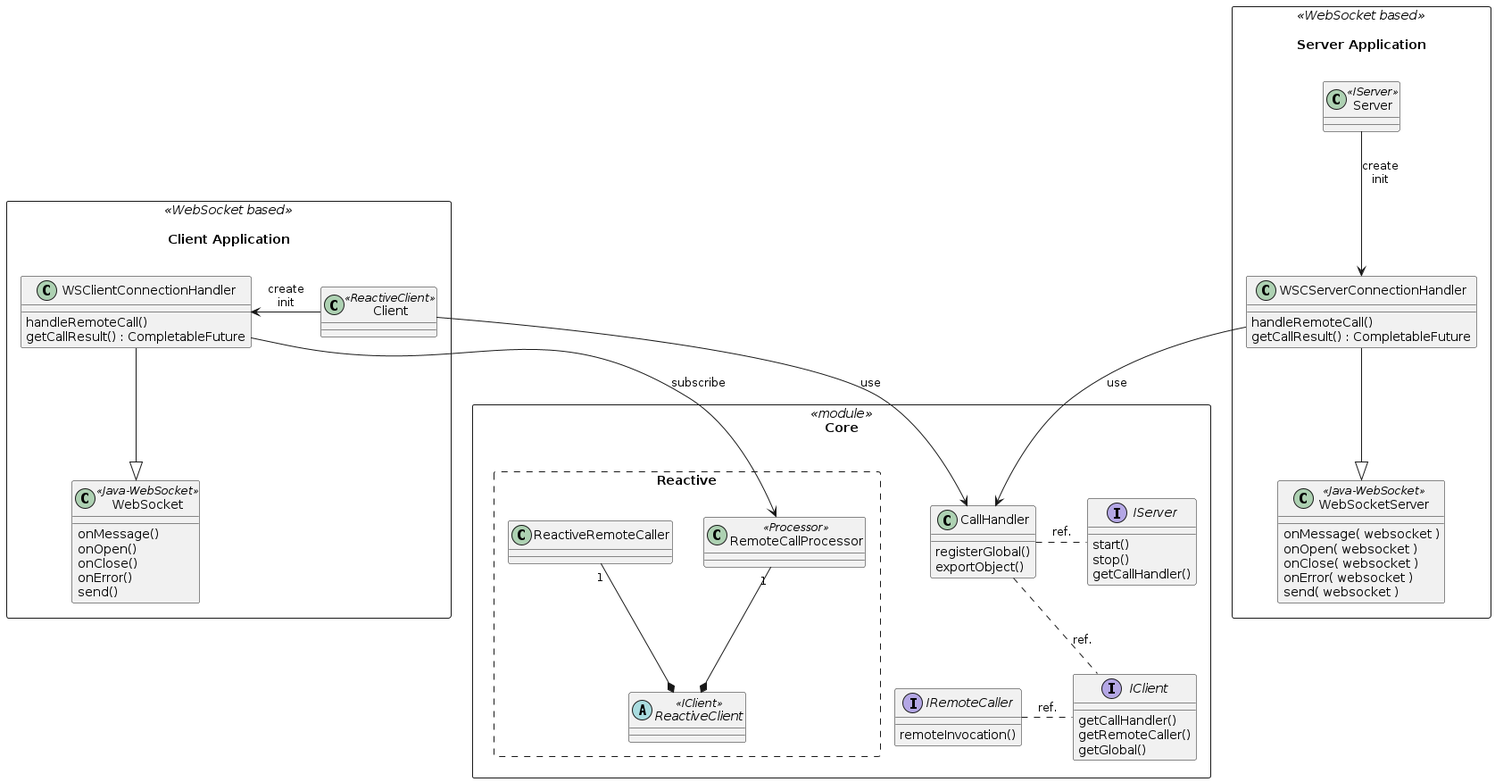
Earlier version of the PlantUML export assets/draft/hla-websocket.png (bsorrentino/bsorrentino).
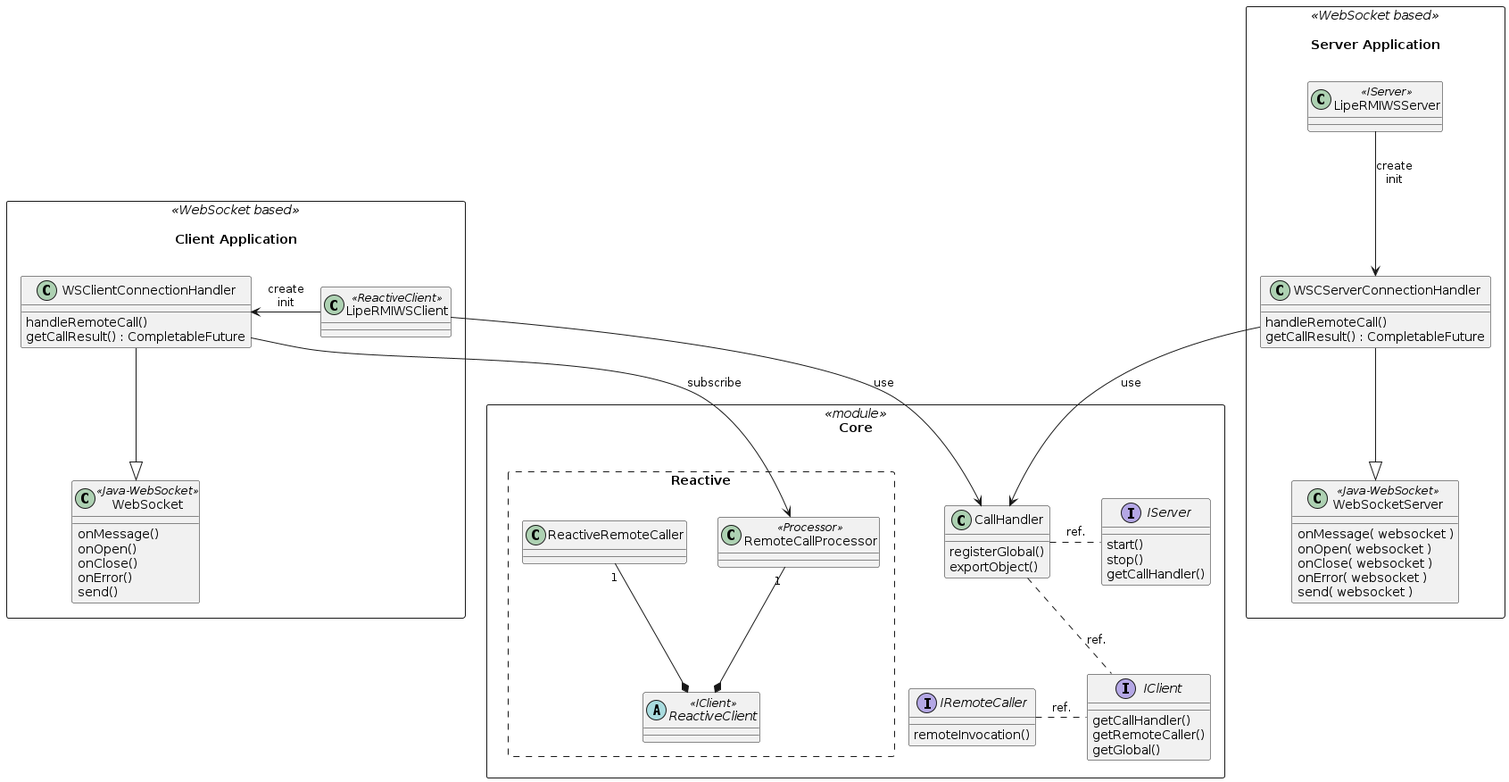
After the commit.

Change to the diagram source:
```diff
@@ -3,7 +3,7 @@
 allow_mixing
 
 rectangle "\nServer Application\n" as ServerAPP  <<WebSocket based>>  {
-    class "Server" as server <<IServer>>
+    class "LipeRMIWSServer" as server <<IServer>>
     class "WSCServerConnectionHandler" as wsschandler {
         handleRemoteCall()
         getCallResult() : CompletableFuture
@@ -18,7 +18,7 @@
 }
 
 rectangle "\nClient Application\n" as ClientAPP  <<WebSocket based>>  {
-    class "Client" as client <<ReactiveClient>>
+    class "LipeRMIWSClient" as client <<ReactiveClient>>
     class "WebSocket" as wsocket <<Java-WebSocket>> {
         onMessage()
         onOpen()
```
